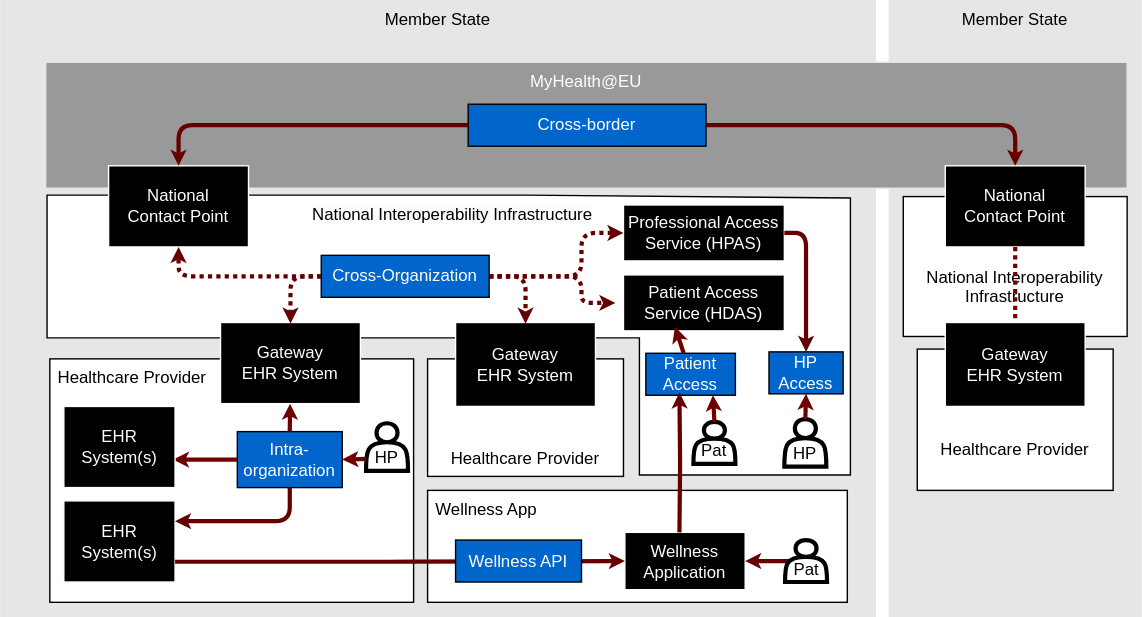
Earlier version of the draw.io export input/images/EHDS-overview.drawio.svg (euridice-org/eu-health-data-api). Source tidied: cells renumbered, new cells last; positions are measured from the earlier drawing's top-left corner, leaving out a move shared by most shapes.
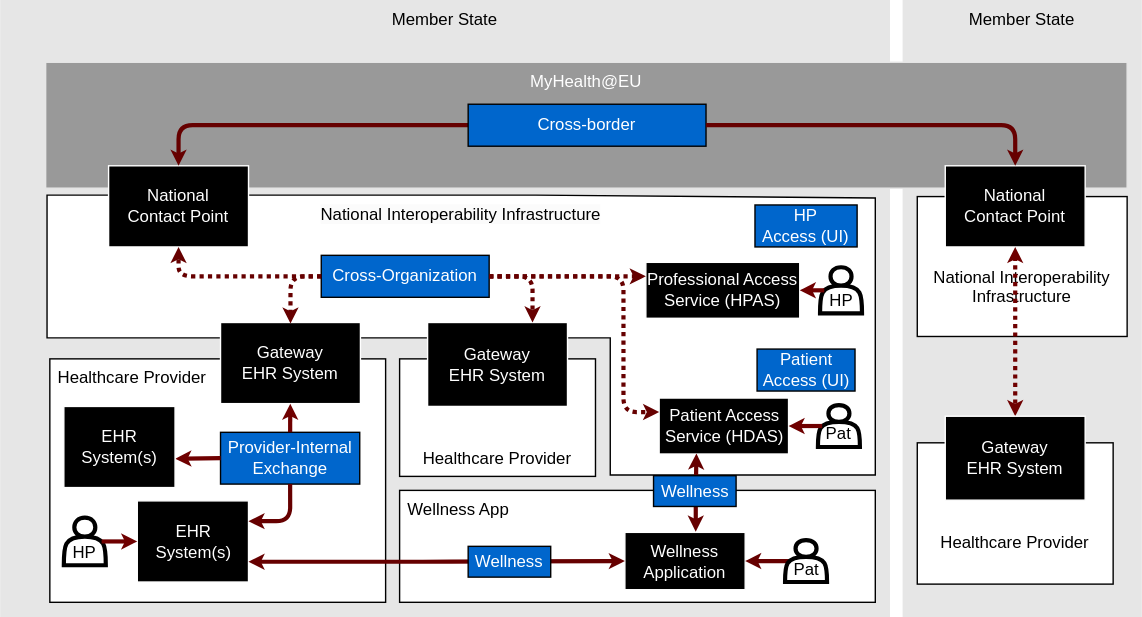
The same file after the commit.

What changed in the source:
```diff
@@ -3,33 +3,33 @@
     <mxCell id="0" />
     <mxCell id="1" parent="0" />
     <mxCell id="2" value="Member State" style="whiteSpace=wrap;html=1;fillColor=#E6E6E6;strokeColor=#E6E6E6;verticalAlign=top;" parent="1" vertex="1">
-      <mxGeometry width="625" height="440" as="geometry" />
+      <mxGeometry width="635" height="440" as="geometry" />
     </mxCell>
     <mxCell id="3" value="Wellness App" style="whiteSpace=wrap;html=1;verticalAlign=top;align=left;spacingLeft=4;" parent="1" vertex="1">
-      <mxGeometry x="305" y="350" width="300" height="80" as="geometry" />
+      <mxGeometry x="285" y="350" width="340" height="80" as="geometry" />
     </mxCell>
-    <mxCell id="4" value="&lt;span style=&quot;color: rgb(0, 0, 0); font-family: Helvetica; font-size: 12px; font-style: normal; font-variant-ligatures: normal; font-variant-caps: normal; font-weight: 400; letter-spacing: normal; orphans: 2; text-align: center; text-indent: 0px; text-transform: none; widows: 2; word-spacing: 0px; -webkit-text-stroke-width: 0px; white-space: normal; background-color: rgb(251, 251, 251); text-decoration-thickness: initial; text-decoration-style: initial; text-decoration-color: initial; float: none; display: inline !important;&quot;&gt;National Interoperability Infrastructure&lt;/span&gt;" style="verticalLabelPosition=middle;verticalAlign=top;html=1;shape=mxgraph.basic.polygon;polyCoords=[[0,0],[0.59,0],[0.99,0.01],[0.99,0.76],[0.99,1],[0.73,1],[0.73,0.51],[0,0.51]];polyline=0;labelPosition=center;align=center;whiteSpace=wrap;" parent="1" vertex="1">
-      <mxGeometry x="33" y="139" width="580" height="200" as="geometry" />
+    <mxCell id="4" value="&lt;span style=&quot;color: rgb(0, 0, 0); font-family: Helvetica; font-size: 12px; font-style: normal; font-variant-ligatures: normal; font-variant-caps: normal; font-weight: 400; letter-spacing: normal; orphans: 2; text-align: center; text-indent: 0px; text-transform: none; widows: 2; word-spacing: 0px; -webkit-text-stroke-width: 0px; white-space: normal; background-color: rgb(251, 251, 251); text-decoration-thickness: initial; text-decoration-style: initial; text-decoration-color: initial; float: none; display: inline !important;&quot;&gt;National Interoperability Infrastructure&lt;/span&gt;" style="verticalLabelPosition=middle;verticalAlign=top;html=1;shape=mxgraph.basic.polygon;polyCoords=[[0,0],[0.59,0],[1,0.01],[1,0.76],[1,1],[0.68,1],[0.68,0.51],[0,0.51]];polyline=0;labelPosition=center;align=center;whiteSpace=wrap;" parent="1" vertex="1">
+      <mxGeometry x="33" y="139" width="592" height="200" as="geometry" />
     </mxCell>
     <mxCell id="5" value="Member State" style="whiteSpace=wrap;html=1;fillColor=#E6E6E6;strokeColor=#E6E6E6;verticalAlign=top;" parent="1" vertex="1">
-      <mxGeometry x="635" width="180" height="440" as="geometry" />
+      <mxGeometry x="645" width="170" height="440" as="geometry" />
     </mxCell>
     <mxCell id="6" value="&lt;div&gt;&lt;br&gt;&lt;/div&gt;&lt;div&gt;&lt;br&gt;&lt;/div&gt;National Interoperability Infrastructure" style="whiteSpace=wrap;html=1;verticalAlign=middle;align=center;" parent="1" vertex="1">
-      <mxGeometry x="645" y="140" width="160" height="100" as="geometry" />
+      <mxGeometry x="655" y="140" width="150" height="100" as="geometry" />
     </mxCell>
     <mxCell id="7" value="&lt;font style=&quot;color: rgb(255, 255, 255);&quot;&gt;MyHealth@EU&lt;/font&gt;" style="whiteSpace=wrap;html=1;fillColor=#999999;strokeColor=#E6E6E6;verticalAlign=top;" parent="1" vertex="1">
       <mxGeometry x="32" y="44" width="773" height="90" as="geometry" />
     </mxCell>
     <mxCell id="8" value="Healthcare Provider" style="whiteSpace=wrap;html=1;verticalAlign=top;align=left;spacingLeft=4;" parent="1" vertex="1">
-      <mxGeometry x="35" y="256" width="260" height="174" as="geometry" />
+      <mxGeometry x="35" y="256" width="240" height="174" as="geometry" />
     </mxCell>
-    <mxCell id="9" value="&lt;font color=&quot;#ffffff&quot;&gt;Intra-organization&lt;/font&gt;" style="whiteSpace=wrap;html=1;fillColor=#0066CC;fontColor=light-dark(#fafafa, #ededed);" parent="1" vertex="1">
-      <mxGeometry x="169" y="308" width="75" height="40" as="geometry" />
+    <mxCell id="9" value="&lt;font color=&quot;#ffffff&quot;&gt;Provider-Internal Exchange&lt;/font&gt;" style="whiteSpace=wrap;html=1;fillColor=#0066CC;fontColor=light-dark(#fafafa, #ededed);" parent="1" vertex="1">
+      <mxGeometry x="157" y="308.5" width="99.5" height="37" as="geometry" />
     </mxCell>
     <mxCell id="10" value="&lt;font color=&quot;#ffffff&quot;&gt;Gateway&lt;/font&gt;&lt;div&gt;&lt;font color=&quot;#ffffff&quot;&gt;EHR System&lt;/font&gt;&lt;/div&gt;" style="whiteSpace=wrap;html=1;strokeColor=#FFFFFF;fillColor=#000000;verticalAlign=middle;" parent="1" vertex="1">
       <mxGeometry x="157" y="230" width="100" height="58" as="geometry" />
     </mxCell>
-    <mxCell id="11" style="endArrow=classic;startArrow=none;html=1;fillColor=#a20025;strokeColor=#6F0000;strokeWidth=3;endSize=2;startSize=2;startFill=0;exitX=0;exitY=0.5;exitDx=0;exitDy=0;entryX=0.981;entryY=0.655;entryDx=0;entryDy=0;entryPerimeter=0;" parent="1" edge="1" source="9" target="33">
+    <mxCell id="11" style="endArrow=classic;startArrow=none;html=1;fillColor=#a20025;strokeColor=#6F0000;strokeWidth=3;endSize=2;startSize=2;startFill=0;exitX=0;exitY=0.5;exitDx=0;exitDy=0;entryX=1.002;entryY=0.644;entryDx=0;entryDy=0;entryPerimeter=0;" parent="1" edge="1" source="9" target="33">
       <mxGeometry relative="1" as="geometry" />
     </mxCell>
     <mxCell id="12" value="&lt;font color=&quot;#ffffff&quot;&gt;Wellness&lt;/font&gt;&lt;div&gt;&lt;font color=&quot;#ffffff&quot;&gt;Application&lt;/font&gt;&lt;/div&gt;" style="whiteSpace=wrap;html=1;strokeColor=#FFFFFF;fillColor=#000000;verticalAlign=middle;" parent="1" vertex="1">
@@ -53,20 +53,20 @@
     <mxCell id="18" value="&lt;font style=&quot;color: rgb(255, 255, 255);&quot;&gt;Cross-border&lt;br&gt;&lt;/font&gt;" style="whiteSpace=wrap;html=1;fillColor=#0066CC;fontColor=light-dark(#fafafa, #ededed);" parent="1" vertex="1">
       <mxGeometry x="334" y="74" width="170" height="30" as="geometry" />
     </mxCell>
-    <mxCell id="19" style="endArrow=classic;startArrow=none;html=1;fillColor=#a20025;strokeColor=#6F0000;strokeWidth=3;endSize=2;startSize=2;startFill=0;exitX=0.5;exitY=1;exitDx=0;exitDy=0;dashed=1;dashPattern=1 1;entryX=0.5;entryY=0;entryDx=0;entryDy=0;" parent="1" edge="1" source="17" target="29">
+    <mxCell id="19" style="endArrow=classic;startArrow=classic;html=1;fillColor=#a20025;strokeColor=#6F0000;strokeWidth=3;endSize=2;startSize=2;startFill=1;exitX=0.5;exitY=1;exitDx=0;exitDy=0;dashed=1;dashPattern=1 1;entryX=0.5;entryY=0;entryDx=0;entryDy=0;" parent="1" edge="1" source="17" target="30">
       <mxGeometry relative="1" as="geometry" />
     </mxCell>
     <mxCell id="20" value="&lt;font color=&quot;#ffffff&quot;&gt;Patient Access Service (HDAS)&lt;/font&gt;" style="whiteSpace=wrap;html=1;strokeColor=#FFFFFF;fillColor=#000000;verticalAlign=middle;" parent="1" vertex="1">
-      <mxGeometry x="445" y="196" width="115" height="40" as="geometry" />
+      <mxGeometry x="470.5" y="284" width="92.5" height="40" as="geometry" />
     </mxCell>
     <mxCell id="21" value="&lt;font color=&quot;#ffffff&quot;&gt;Professional Access Service (HPAS)&lt;/font&gt;" style="whiteSpace=wrap;html=1;strokeColor=#FFFFFF;fillColor=#000000;verticalAlign=middle;" parent="1" vertex="1">
-      <mxGeometry x="445" y="146" width="115" height="40" as="geometry" />
+      <mxGeometry x="461" y="187" width="110" height="40" as="geometry" />
     </mxCell>
     <mxCell id="22" value="&lt;div&gt;&lt;br&gt;&lt;/div&gt;&lt;div&gt;&lt;br&gt;&lt;/div&gt;&lt;div&gt;&lt;br&gt;&lt;/div&gt;&lt;div&gt;&lt;br&gt;&lt;/div&gt;Healthcare Provider" style="whiteSpace=wrap;html=1;verticalAlign=top;align=center;" parent="1" vertex="1">
-      <mxGeometry x="305" y="256" width="140" height="84" as="geometry" />
+      <mxGeometry x="285" y="256" width="140" height="84" as="geometry" />
     </mxCell>
-    <mxCell id="23" value="&lt;font style=&quot;color: rgb(255, 255, 255);&quot;&gt;Patient&lt;/font&gt;&lt;div&gt;&lt;font style=&quot;color: rgb(255, 255, 255);&quot;&gt;Access&lt;br&gt;&lt;/font&gt;&lt;/div&gt;" style="whiteSpace=wrap;html=1;fillColor=#0066CC;fontColor=light-dark(#fafafa, #ededed);" parent="1" vertex="1">
-      <mxGeometry x="461" y="252" width="64" height="30" as="geometry" />
+    <mxCell id="23" value="&lt;font style=&quot;color: rgb(255, 255, 255);&quot;&gt;Patient&lt;/font&gt;&lt;div&gt;&lt;font style=&quot;color: rgb(255, 255, 255);&quot;&gt;Access (UI)&lt;br&gt;&lt;/font&gt;&lt;/div&gt;" style="whiteSpace=wrap;html=1;fillColor=#0066CC;fontColor=light-dark(#fafafa, #ededed);" parent="1" vertex="1">
+      <mxGeometry x="540.5" y="249" width="70" height="30" as="geometry" />
     </mxCell>
     <mxCell id="24" style="endArrow=classic;startArrow=none;html=1;fillColor=#a20025;strokeColor=#6F0000;strokeWidth=3;endSize=2;startSize=2;startFill=0;exitX=0.5;exitY=0;exitDx=0;exitDy=0;" parent="1" edge="1" source="9" target="10">
       <mxGeometry relative="1" as="geometry" />
@@ -74,88 +74,79 @@
     <mxCell id="25" style="edgeStyle=orthogonalEdgeStyle;html=1;exitX=0;exitY=0.5;exitDx=0;exitDy=0;strokeColor=#660000;strokeWidth=3;endSize=2;startSize=2;entryX=0.5;entryY=1;entryDx=0;entryDy=0;dashed=1;dashPattern=1 1;" parent="1" edge="1" source="14" target="15">
       <mxGeometry relative="1" as="geometry" />
     </mxCell>
-    <mxCell id="26" style="edgeStyle=orthogonalEdgeStyle;html=1;exitX=1;exitY=0.5;exitDx=0;exitDy=0;entryX=0;entryY=0.5;entryDx=0;entryDy=0;strokeColor=#660000;strokeWidth=3;endSize=2;startSize=2;dashed=1;dashPattern=1 1;" parent="1" edge="1" source="14" target="21">
-      <mxGeometry relative="1" as="geometry">
-        <Array as="points">
-          <mxPoint x="415" y="197" />
-          <mxPoint x="415" y="166" />
-        </Array>
-      </mxGeometry>
+    <mxCell id="26" style="edgeStyle=orthogonalEdgeStyle;html=1;exitX=1;exitY=0.5;exitDx=0;exitDy=0;entryX=0;entryY=0.25;entryDx=0;entryDy=0;strokeColor=#660000;strokeWidth=3;endSize=2;startSize=2;dashed=1;dashPattern=1 1;" parent="1" edge="1" source="14" target="21">
+      <mxGeometry relative="1" as="geometry" />
     </mxCell>
-    <mxCell id="27" style="edgeStyle=orthogonalEdgeStyle;html=1;exitX=1;exitY=0.5;exitDx=0;exitDy=0;strokeColor=#660000;strokeWidth=3;endSize=2;startSize=2;entryX=-0.05;entryY=0.5;entryDx=0;entryDy=0;entryPerimeter=0;dashed=1;dashPattern=1 1;" parent="1" edge="1" source="14" target="20">
+    <mxCell id="27" style="edgeStyle=orthogonalEdgeStyle;html=1;exitX=1;exitY=0.5;exitDx=0;exitDy=0;strokeColor=#660000;strokeWidth=3;endSize=2;startSize=2;dashed=1;dashPattern=1 1;entryX=0;entryY=0.25;entryDx=0;entryDy=0;" parent="1" edge="1" source="14" target="20">
       <mxGeometry relative="1" as="geometry">
         <Array as="points">
-          <mxPoint x="415" y="216" />
+          <mxPoint x="445" y="197" />
+          <mxPoint x="445" y="294" />
         </Array>
       </mxGeometry>
     </mxCell>
     <mxCell id="28" value="&lt;font color=&quot;#ffffff&quot;&gt;Gateway&lt;/font&gt;&lt;div&gt;&lt;font color=&quot;#ffffff&quot;&gt;EHR System&lt;/font&gt;&lt;/div&gt;" style="whiteSpace=wrap;html=1;strokeColor=#FFFFFF;fillColor=#000000;verticalAlign=middle;" parent="1" vertex="1">
-      <mxGeometry x="325" y="230" width="100" height="60" as="geometry" />
+      <mxGeometry x="305" y="230" width="100" height="60" as="geometry" />
     </mxCell>
     <mxCell id="29" value="&lt;div&gt;&lt;br&gt;&lt;/div&gt;&lt;div&gt;&lt;br&gt;&lt;/div&gt;&lt;div&gt;&lt;br&gt;&lt;/div&gt;&lt;div&gt;&lt;br&gt;&lt;/div&gt;Healthcare Provider" style="whiteSpace=wrap;html=1;verticalAlign=top;align=center;" parent="1" vertex="1">
-      <mxGeometry x="655" y="249" width="140" height="101" as="geometry" />
+      <mxGeometry x="655" y="316" width="140" height="101" as="geometry" />
     </mxCell>
     <mxCell id="30" value="&lt;font color=&quot;#ffffff&quot;&gt;Gateway&lt;/font&gt;&lt;div&gt;&lt;font color=&quot;#ffffff&quot;&gt;EHR System&lt;/font&gt;&lt;/div&gt;" style="whiteSpace=wrap;html=1;strokeColor=#FFFFFF;fillColor=#000000;verticalAlign=middle;" parent="1" vertex="1">
-      <mxGeometry x="675" y="230" width="100" height="60" as="geometry" />
+      <mxGeometry x="675" y="297" width="100" height="60" as="geometry" />
     </mxCell>
     <mxCell id="31" style="edgeStyle=orthogonalEdgeStyle;html=1;exitX=1;exitY=0.5;exitDx=0;exitDy=0;entryX=0.5;entryY=0;entryDx=0;entryDy=0;strokeColor=#660000;strokeWidth=3;endSize=2;startSize=2;" parent="1" edge="1" source="18" target="17">
       <mxGeometry relative="1" as="geometry" />
     </mxCell>
-    <mxCell id="32" style="edgeStyle=orthogonalEdgeStyle;html=1;exitX=1;exitY=0.5;exitDx=0;exitDy=0;entryX=0.5;entryY=0.015;entryDx=0;entryDy=0;strokeColor=#660000;strokeWidth=3;endSize=2;startSize=2;dashed=1;dashPattern=1 1;entryPerimeter=0;" parent="1" edge="1" source="14" target="28">
+    <mxCell id="32" style="edgeStyle=orthogonalEdgeStyle;html=1;exitX=1;exitY=0.5;exitDx=0;exitDy=0;entryX=0.75;entryY=0;entryDx=0;entryDy=0;strokeColor=#660000;strokeWidth=3;endSize=2;startSize=2;dashed=1;dashPattern=1 1;" parent="1" edge="1" source="14" target="28">
       <mxGeometry relative="1" as="geometry" />
     </mxCell>
     <mxCell id="33" value="&lt;font color=&quot;#ffffff&quot;&gt;EHR System(s)&lt;/font&gt;" style="whiteSpace=wrap;html=1;strokeColor=#FFFFFF;fillColor=#000000;verticalAlign=middle;" parent="1" vertex="1">
       <mxGeometry x="45" y="290" width="79.5" height="58" as="geometry" />
     </mxCell>
     <mxCell id="34" value="&lt;font color=&quot;#ffffff&quot;&gt;EHR System(s)&lt;/font&gt;" style="whiteSpace=wrap;html=1;strokeColor=#FFFFFF;fillColor=#000000;verticalAlign=middle;" parent="1" vertex="1">
-      <mxGeometry x="45" y="357.5" width="79.5" height="58" as="geometry" />
+      <mxGeometry x="97.5" y="357.5" width="79.5" height="58" as="geometry" />
     </mxCell>
     <mxCell id="35" style="edgeStyle=orthogonalEdgeStyle;html=1;exitX=0.5;exitY=1;exitDx=0;exitDy=0;entryX=1;entryY=0.25;entryDx=0;entryDy=0;strokeColor=#660000;strokeWidth=3;endSize=2;startSize=2;" parent="1" edge="1" source="9" target="34">
       <mxGeometry relative="1" as="geometry" />
     </mxCell>
     <mxCell id="36" value="HP" style="shape=actor;whiteSpace=wrap;html=1;verticalAlign=bottom;strokeWidth=3;labelPosition=center;verticalLabelPosition=middle;align=center;" parent="1" vertex="1">
-      <mxGeometry x="560" y="299" width="30" height="34" as="geometry" />
+      <mxGeometry x="585.5" y="190.5" width="30" height="33" as="geometry" />
     </mxCell>
     <mxCell id="37" value="Pat" style="shape=actor;whiteSpace=wrap;html=1;verticalAlign=bottom;strokeWidth=3;labelPosition=center;verticalLabelPosition=middle;align=center;" parent="1" vertex="1">
-      <mxGeometry x="495" y="301" width="30" height="30" as="geometry" />
+      <mxGeometry x="584" y="289" width="30" height="30" as="geometry" />
     </mxCell>
-    <mxCell id="38" style="endArrow=classic;html=1;entryX=0.5;entryY=1;entryDx=0;entryDy=0;exitX=0.5;exitY=0;exitDx=0;exitDy=0;fillColor=#a20025;strokeColor=#6F0000;strokeWidth=3;endSize=2;startSize=2;" parent="1" edge="1" source="36" target="45">
+    <mxCell id="38" style="endArrow=classic;html=1;entryX=1;entryY=0.5;entryDx=0;entryDy=0;exitX=0.1;exitY=0.5;exitDx=0;exitDy=0;fillColor=#a20025;strokeColor=#6F0000;strokeWidth=3;endSize=2;startSize=2;exitPerimeter=0;" parent="1" edge="1" source="36" target="21">
       <mxGeometry relative="1" as="geometry" />
     </mxCell>
-    <mxCell id="39" style="endArrow=classic;html=1;entryX=0.75;entryY=1;entryDx=0;entryDy=0;exitX=0.5;exitY=0;exitDx=0;exitDy=0;fillColor=#a20025;strokeColor=#6F0000;strokeWidth=3;endSize=2;startSize=2;" parent="1" edge="1" source="37" target="23">
+    <mxCell id="39" style="endArrow=classic;html=1;entryX=1;entryY=0.5;entryDx=0;entryDy=0;fillColor=#a20025;strokeColor=#6F0000;strokeWidth=3;endSize=2;startSize=2;exitX=0.1;exitY=0.5;exitDx=0;exitDy=0;exitPerimeter=0;" parent="1" edge="1" source="37" target="20">
       <mxGeometry relative="1" as="geometry" />
     </mxCell>
     <mxCell id="40" value="HP" style="shape=actor;whiteSpace=wrap;html=1;verticalAlign=bottom;strokeWidth=3;labelPosition=center;verticalLabelPosition=middle;align=center;" parent="1" vertex="1">
-      <mxGeometry x="261" y="302" width="30" height="34" as="geometry" />
+      <mxGeometry x="45" y="369.5" width="30" height="34" as="geometry" />
     </mxCell>
-    <mxCell id="41" style="endArrow=classic;html=1;entryX=1;entryY=0.5;entryDx=0;entryDy=0;fillColor=#a20025;strokeColor=#6F0000;strokeWidth=3;endSize=2;startSize=2;exitX=0;exitY=0.75;exitDx=0;exitDy=0;" parent="1" edge="1" source="40" target="9">
+    <mxCell id="41" style="endArrow=classic;html=1;entryX=0;entryY=0.5;entryDx=0;entryDy=0;fillColor=#a20025;strokeColor=#6F0000;strokeWidth=3;endSize=2;startSize=2;exitX=0.9;exitY=0.5;exitDx=0;exitDy=0;exitPerimeter=0;" parent="1" edge="1" source="40" target="34">
       <mxGeometry relative="1" as="geometry" />
     </mxCell>
     <mxCell id="42" style="edgeStyle=orthogonalEdgeStyle;html=1;exitX=0.1;exitY=0.5;exitDx=0;exitDy=0;entryX=1;entryY=0.5;entryDx=0;entryDy=0;strokeColor=#660000;strokeWidth=3;endSize=2;startSize=2;exitPerimeter=0;" parent="1" edge="1" source="49" target="12">
       <mxGeometry relative="1" as="geometry" />
     </mxCell>
-    <mxCell id="43" style="endArrow=classic;startArrow=none;html=1;fillColor=#a20025;strokeColor=#6F0000;strokeWidth=3;endSize=2;startSize=2;startFill=0;entryX=0.32;entryY=0.925;entryDx=0;entryDy=0;entryPerimeter=0;" parent="1" edge="1" source="23" target="20">
-      <mxGeometry relative="1" as="geometry" />
-    </mxCell>
-    <mxCell id="44" style="edgeStyle=orthogonalEdgeStyle;html=1;exitX=1;exitY=0.75;exitDx=0;exitDy=0;strokeColor=#660000;strokeWidth=3;endSize=2;startSize=2;" parent="1" edge="1" source="34" target="12">
+    <mxCell id="44" style="edgeStyle=orthogonalEdgeStyle;html=1;exitX=1;exitY=0.75;exitDx=0;exitDy=0;strokeColor=#660000;strokeWidth=3;endSize=2;startSize=2;startArrow=classic;startFill=1;" parent="1" edge="1" source="34" target="12">
       <mxGeometry relative="1" as="geometry" />
     </mxCell>
-    <mxCell id="45" value="&lt;div&gt;&lt;font style=&quot;color: rgb(255, 255, 255);&quot;&gt;HP&lt;/font&gt;&lt;/div&gt;&lt;div&gt;&lt;font style=&quot;color: rgb(255, 255, 255);&quot;&gt;Access&lt;/font&gt;&lt;/div&gt;" style="whiteSpace=wrap;html=1;fillColor=#0066CC;fontColor=light-dark(#fafafa, #ededed);" parent="1" vertex="1">
-      <mxGeometry x="549" y="251" width="53" height="30" as="geometry" />
-    </mxCell>
-    <mxCell id="46" style="edgeStyle=orthogonalEdgeStyle;html=1;exitX=1;exitY=0.5;exitDx=0;exitDy=0;entryX=0.5;entryY=0;entryDx=0;entryDy=0;strokeColor=#660000;strokeWidth=3;endSize=2;startSize=2;" parent="1" edge="1" source="21" target="45">
-      <mxGeometry relative="1" as="geometry" />
-    </mxCell>
-    <mxCell id="47" value="&lt;font style=&quot;color: rgb(255, 255, 255);&quot;&gt;Wellness API&lt;br&gt;&lt;/font&gt;" style="whiteSpace=wrap;html=1;fillColor=#0066CC;fontColor=light-dark(#fafafa, #ededed);" parent="1" vertex="1">
-      <mxGeometry x="325" y="385.5" width="90" height="30" as="geometry" />
-    </mxCell>
-    <mxCell id="48" style="edgeStyle=orthogonalEdgeStyle;html=1;entryX=0.375;entryY=0.933;entryDx=0;entryDy=0;strokeColor=#660000;strokeWidth=3;endSize=2;startSize=2;entryPerimeter=0;" parent="1" edge="1" target="23">
-      <mxGeometry relative="1" as="geometry">
-        <mxPoint x="485" y="380" as="sourcePoint" />
-      </mxGeometry>
+    <mxCell id="48" style="edgeStyle=orthogonalEdgeStyle;html=1;strokeColor=#660000;strokeWidth=3;endSize=2;startSize=2;exitX=0.589;exitY=-0.012;exitDx=0;exitDy=0;entryX=0.288;entryY=0.989;entryDx=0;entryDy=0;entryPerimeter=0;startArrow=classic;startFill=1;exitPerimeter=0;" parent="1" edge="1" source="12" target="20">
+      <mxGeometry relative="1" as="geometry" />
     </mxCell>
     <mxCell id="49" value="Pat" style="shape=actor;whiteSpace=wrap;html=1;verticalAlign=bottom;strokeWidth=3;labelPosition=center;verticalLabelPosition=middle;align=center;" parent="1" vertex="1">
       <mxGeometry x="560.5" y="385.5" width="30" height="30" as="geometry" />
     </mxCell>
+    <mxCell id="50" value="&lt;div&gt;&lt;font style=&quot;color: rgb(255, 255, 255);&quot;&gt;HP&lt;/font&gt;&lt;/div&gt;&lt;div&gt;&lt;font style=&quot;color: rgb(255, 255, 255);&quot;&gt;Access (UI)&lt;/font&gt;&lt;/div&gt;" style="whiteSpace=wrap;html=1;fillColor=#0066CC;fontColor=light-dark(#fafafa, #ededed);" parent="1" vertex="1">
+      <mxGeometry x="539" y="146" width="73" height="30" as="geometry" />
+    </mxCell>
+    <mxCell id="51" value="&lt;font style=&quot;color: rgb(255, 255, 255);&quot;&gt;Wellness&lt;br&gt;&lt;/font&gt;" style="whiteSpace=wrap;html=1;fillColor=#0066CC;fontColor=light-dark(#fafafa, #ededed);" parent="1" vertex="1">
+      <mxGeometry x="466.5" y="339.5" width="59" height="22" as="geometry" />
+    </mxCell>
+    <mxCell id="52" value="&lt;font style=&quot;color: rgb(255, 255, 255);&quot;&gt;Wellness&lt;br&gt;&lt;/font&gt;" style="whiteSpace=wrap;html=1;fillColor=#0066CC;fontColor=light-dark(#fafafa, #ededed);" parent="1" vertex="1">
+      <mxGeometry x="334" y="390" width="59" height="22" as="geometry" />
+    </mxCell>
   </root>
 </mxGraphModel>
```
